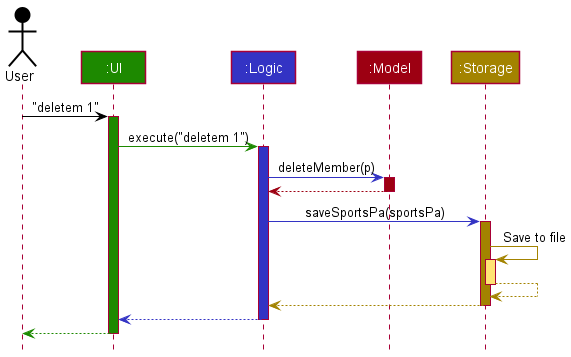
This is docs/images/ArchitectureSequenceDiagram.png from nus-cs2103-AY2122S1/tp, a PlantUML export, as it was before one commit. Its diagram source:
```plantuml
@startuml
!include style.puml

Actor User as user USER_COLOR
Participant ":UI" as ui UI_COLOR
Participant ":Logic" as logic LOGIC_COLOR
Participant ":Model" as model MODEL_COLOR
Participant ":Storage" as storage STORAGE_COLOR

user -[USER_COLOR]> ui : "deletem 1"
activate ui UI_COLOR

ui -[UI_COLOR]> logic : execute("deletem 1")
activate logic LOGIC_COLOR


logic -[LOGIC_COLOR]> model : deleteMember(p)
activate model MODEL_COLOR

model -[MODEL_COLOR]-> logic
deactivate model

logic -[LOGIC_COLOR]> storage : saveSportsPa(sportsPa)
activate storage STORAGE_COLOR

storage -[STORAGE_COLOR]> storage : Save to file
activate storage STORAGE_COLOR_T1
storage --[STORAGE_COLOR]> storage
deactivate storage

storage --[STORAGE_COLOR]> logic
deactivate storage

logic --[LOGIC_COLOR]> ui
deactivate logic

ui--[UI_COLOR]> user
deactivate ui
@enduml
```
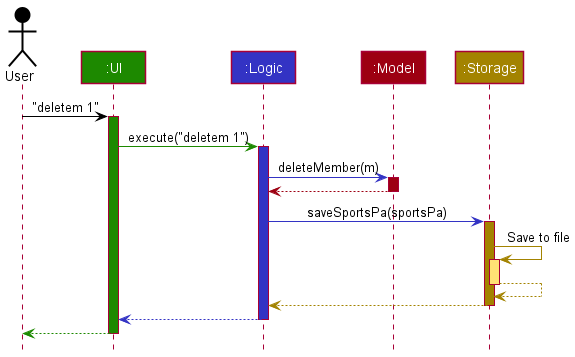
The same file after the commit.

Commit message:
Fix typo in Architecture Sequence Diagram

The edit, as a diff of the source:
```diff
@@ -14,7 +14,7 @@
 activate logic LOGIC_COLOR
 
 
-logic -[LOGIC_COLOR]> model : deleteMember(p)
+logic -[LOGIC_COLOR]> model : deleteMember(m)
 activate model MODEL_COLOR
 
 model -[MODEL_COLOR]-> logic
```
